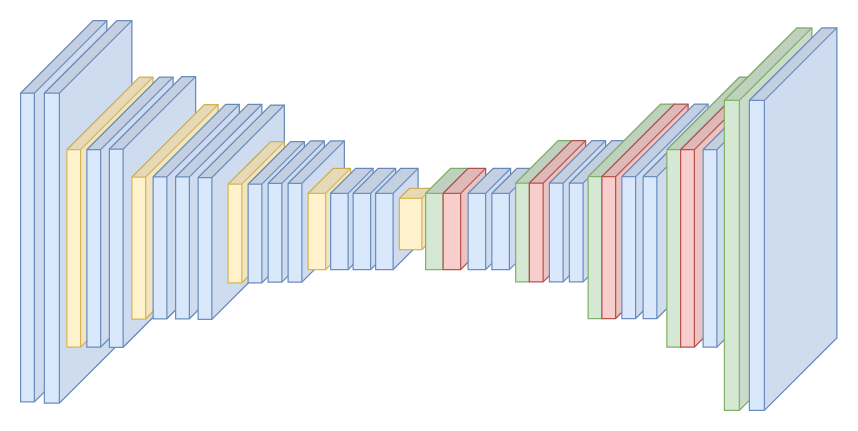
Before: Cópia do yolo_v1_xml.drawio in Marcellofabrizio/MV2-Project, a draw.io diagram. Source tidied: cells renumbered, new cells numbered last; positions are measured from the earlier drawing's top-left corner, leaving out a move shared by most shapes. Both pictures are drawn from the tidied source at 125%, with x=0, y=0 at pixel (20, 20).
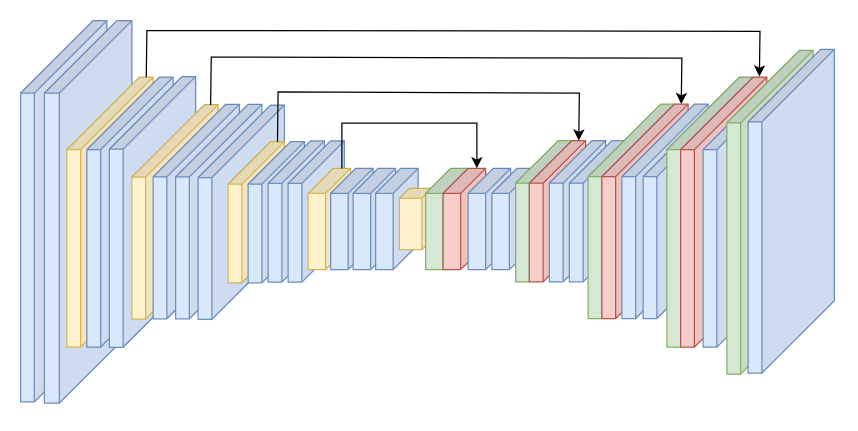
The same diagram, later.

The change refers to these unchanged cells:
```xml
<mxCell id="4" style="shape=cube;whiteSpace=wrap;html=1;boundedLbl=1;backgroundOutline=1;darkOpacity=0.05;darkOpacity2=0.1;size=58;perimeterSpacing=0;strokeColor=#d6b656;fillColor=#fff2cc;direction=south;labelPadding=0;" parent="1" vertex="1">
  <mxGeometry x="37" y="45.2" width="69" height="216" as="geometry" />
</mxCell>
<mxCell id="11" style="shape=cube;whiteSpace=wrap;html=1;boundedLbl=1;backgroundOutline=1;darkOpacity=0.05;darkOpacity2=0.1;size=34;perimeterSpacing=0;strokeColor=#d6b656;fillColor=#fff2cc;direction=south;labelPadding=0;" parent="1" vertex="1">
  <mxGeometry x="166" y="96.8" width="45" height="113" as="geometry" />
</mxCell>
<mxCell id="15" style="shape=cube;whiteSpace=wrap;html=1;boundedLbl=1;backgroundOutline=1;darkOpacity=0.05;darkOpacity2=0.1;size=20;perimeterSpacing=0;strokeColor=#d6b656;fillColor=#fff2cc;direction=south;labelPadding=0;" parent="1" vertex="1">
  <mxGeometry x="230" y="118.2" width="34" height="81" as="geometry" />
</mxCell>
<mxCell id="21" style="shape=cube;whiteSpace=wrap;html=1;boundedLbl=1;backgroundOutline=1;darkOpacity=0.05;darkOpacity2=0.1;size=20;perimeterSpacing=0;strokeColor=#b85450;fillColor=#f8cecc;direction=south;labelPadding=0;" parent="1" vertex="1">
  <mxGeometry x="338" y="118.2" width="34" height="81" as="geometry" />
</mxCell>
<mxCell id="25" style="shape=cube;whiteSpace=wrap;html=1;boundedLbl=1;backgroundOutline=1;darkOpacity=0.05;darkOpacity2=0.1;size=34;perimeterSpacing=0;strokeColor=#b85450;fillColor=#f8cecc;direction=south;labelPadding=0;" parent="1" vertex="1">
  <mxGeometry x="407" y="96" width="45" height="113" as="geometry" />
</mxCell>
<mxCell id="29" style="shape=cube;whiteSpace=wrap;html=1;boundedLbl=1;backgroundOutline=1;darkOpacity=0.05;darkOpacity2=0.1;size=58;perimeterSpacing=0;strokeColor=#b85450;fillColor=#f8cecc;direction=south;labelPadding=0;" parent="1" vertex="1">
  <mxGeometry x="465" y="66.8" width="69" height="171.5" as="geometry" />
</mxCell>
```

Diff of the diagram source:
```diff
@@
     <mxCell id="35" style="shape=cube;whiteSpace=wrap;html=1;boundedLbl=1;backgroundOutline=1;darkOpacity=0.05;darkOpacity2=0.1;size=58;perimeterSpacing=0;strokeColor=#82b366;fillColor=#d5e8d4;direction=south;labelPadding=0;" parent="1" vertex="1">
-      <mxGeometry x="563" y="5.8" width="70" height="306" as="geometry" />
+      <mxGeometry x="565" y="23.8" width="69" height="259" as="geometry" />
     </mxCell>
-    <mxCell id="36" style="shape=cube;whiteSpace=wrap;html=1;boundedLbl=1;backgroundOutline=1;darkOpacity=0.05;darkOpacity2=0.1;size=58;perimeterSpacing=0;strokeColor=#6c8ebf;fillColor=#dae8fc;direction=south;labelPadding=0;" parent="1" vertex="1">
-      <mxGeometry x="583" y="5.8" width="70" height="306" as="geometry" />
-    </mxCell>
+    <mxCell id="37" style="endArrow=classic;html=1;rounded=0;entryX=0;entryY=0;entryDx=0;entryDy=5.5;entryPerimeter=0;exitX=0;exitY=0;exitDx=0;exitDy=5.5;exitPerimeter=0;" parent="1" edge="1" source="4">
+      <mxGeometry relative="1" as="geometry">
+        <mxPoint x="591" y="44.8" as="targetPoint" />
+        <Array as="points">
+          <mxPoint x="101" y="8" />
+          <mxPoint x="591.5" y="8.5" />
+        </Array>
+      </mxGeometry>
+    </mxCell>
+    <mxCell id="38" style="endArrow=classic;html=1;rounded=0;exitX=0;exitY=0;exitDx=0;exitDy=5.5;exitPerimeter=0;entryX=0;entryY=0;entryDx=0;entryDy=5.5;entryPerimeter=0;endSize=6;" parent="1" edge="1" target="29">
+      <mxGeometry relative="1" as="geometry">
+        <mxPoint x="152" y="67.5" as="sourcePoint" />
+        <Array as="points">
+          <mxPoint x="152.5" y="29.2" />
+          <mxPoint x="529" y="30" />
+        </Array>
+      </mxGeometry>
+    </mxCell>
+    <mxCell id="39" style="endArrow=classic;html=1;rounded=0;exitX=0;exitY=0;exitDx=0;exitDy=5.5;exitPerimeter=0;entryX=0;entryY=0;entryDx=0;entryDy=5.5;entryPerimeter=0;" parent="1" edge="1" source="11" target="25">
+      <mxGeometry relative="1" as="geometry">
+        <Array as="points">
+          <mxPoint x="206" y="57" />
+          <mxPoint x="447" y="58" />
+        </Array>
+      </mxGeometry>
+    </mxCell>
+    <mxCell id="40" style="shape=cube;whiteSpace=wrap;html=1;boundedLbl=1;backgroundOutline=1;darkOpacity=0.05;darkOpacity2=0.1;size=58;perimeterSpacing=0;strokeColor=#6c8ebf;fillColor=#dae8fc;direction=south;labelPadding=0;" parent="1" vertex="1">
+      <mxGeometry x="582" y="23" width="69" height="259" as="geometry" />
+    </mxCell>
+    <mxCell id="41" style="endArrow=classic;html=1;rounded=0;exitX=0;exitY=0;exitDx=0;exitDy=7;exitPerimeter=0;entryX=0;entryY=0;entryDx=0;entryDy=7;entryPerimeter=0;" parent="1" edge="1" source="15" target="21">
+      <mxGeometry relative="1" as="geometry">
+        <Array as="points">
+          <mxPoint x="257" y="82" />
+          <mxPoint x="365" y="82" />
+        </Array>
+      </mxGeometry>
+    </mxCell>
```
